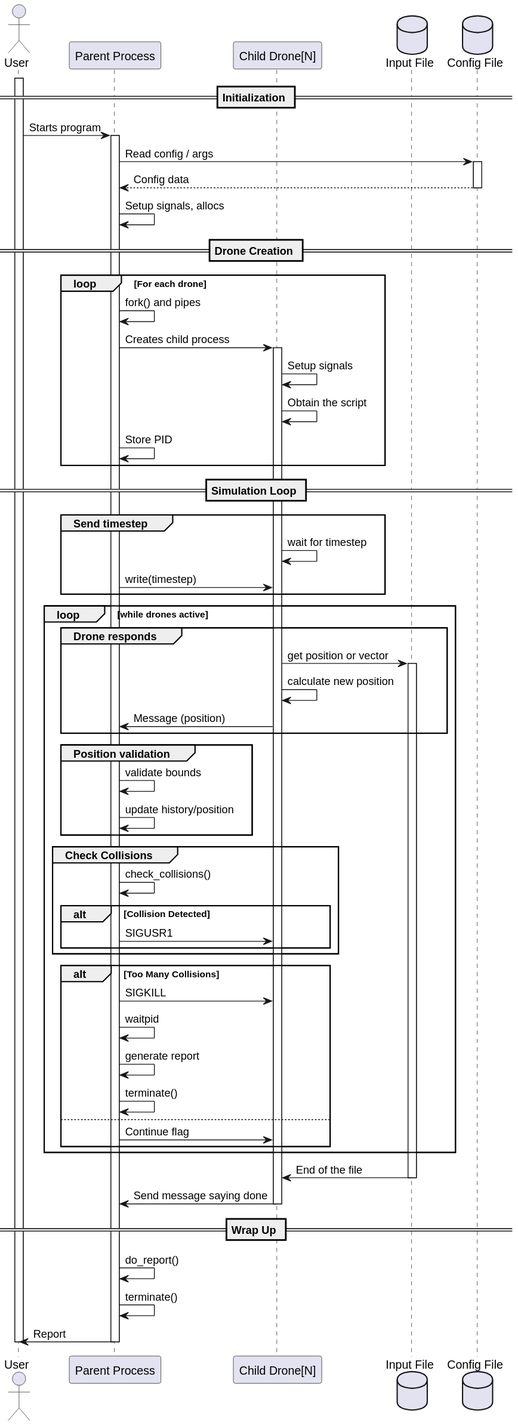
Earlier version of the PlantUML export SCOMP/images/Solution.svg (diogoveirospro/sem4pi-2024-2025-sem4pi_2024_2025_g44).
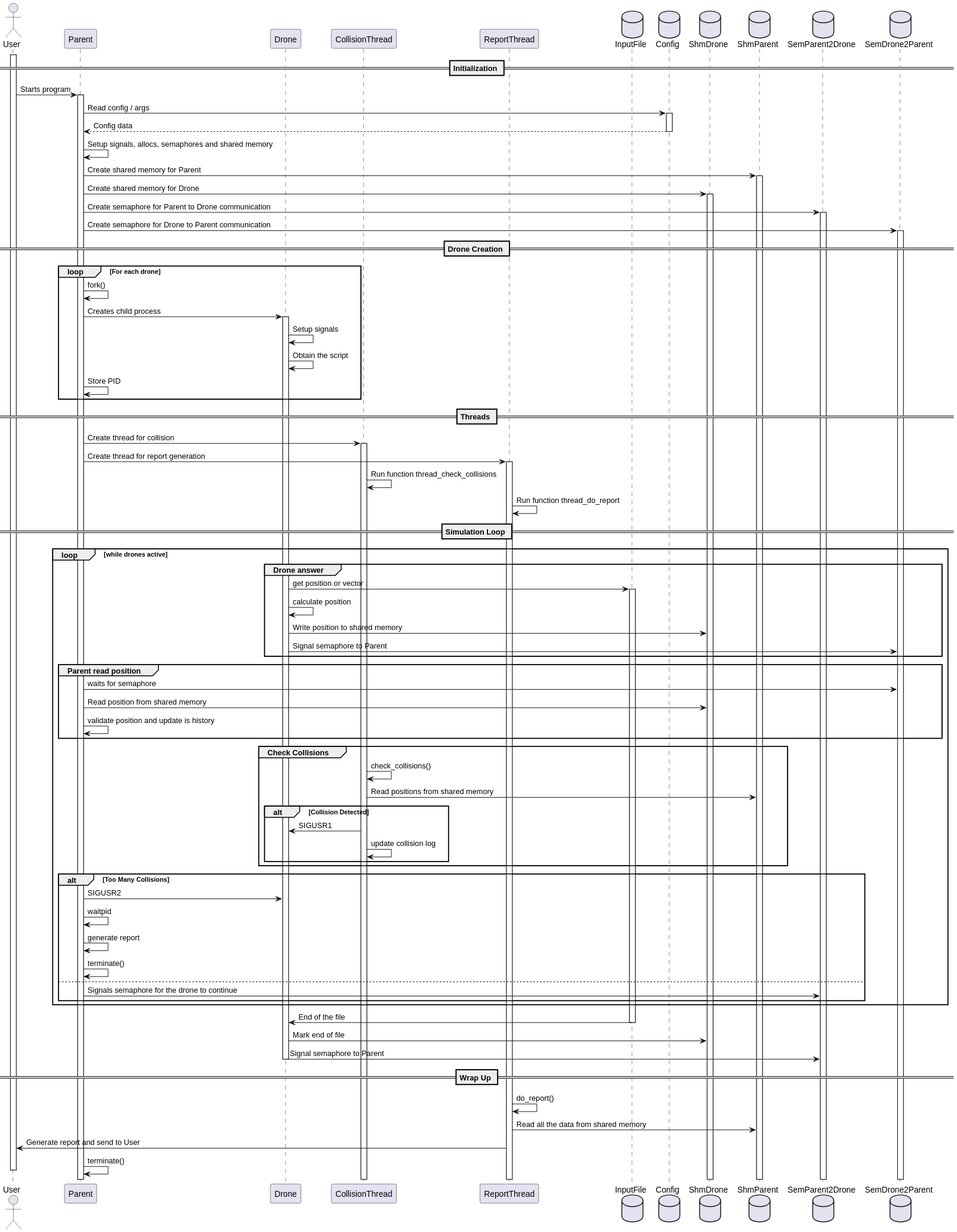
Above is the later version.

Diff of the diagram source:
```diff
@@ -1,9 +1,15 @@
 @startuml
 actor User
-participant "Parent Process" as Parent
-participant "Child Drone[N]" as Drone
-database "Input File" as InputFile
-database "Config File" as Config
+participant Parent
+participant Drone
+participant CollisionThread
+participant ReportThread
+database InputFile
+database Config
+database ShmDrone
+database ShmParent
+database SemParent2Drone
+database SemDrone2Parent
 
 activate User
 == Initialization ==
@@ -16,12 +22,26 @@
 
 Config --> Parent : Config data
 deactivate Config
-Parent -> Parent : Setup signals, allocs
+Parent -> Parent : Setup signals, allocs, semaphores and shared memory
+
+Parent -> ShmParent : Create shared memory for Parent
+activate ShmParent
+
+Parent -> ShmDrone : Create shared memory for Drone
+activate ShmDrone
+
+Parent -> SemParent2Drone : Create semaphore for Parent to Drone communication
+activate SemParent2Drone
+
+Parent -> SemDrone2Parent : Create semaphore for Drone to Parent communication
+activate SemDrone2Parent
+
+
 
 == Drone Creation ==
 
 loop For each drone
-    Parent -> Parent : fork() and pipes
+    Parent -> Parent : fork()
     Parent -> Drone : Creates child process
     activate Drone
 
@@ -31,54 +51,64 @@
 
 end
 
+== Threads ==
+
+Parent -> CollisionThread : Create thread for collision
+activate CollisionThread
+
+Parent -> ReportThread : Create thread for report generation
+activate ReportThread
+
+CollisionThread -> CollisionThread : Run function thread_check_collisions
+ReportThread -> ReportThread : Run function thread_do_report
+
 == Simulation Loop ==
-    group Send timestep
-        Drone -> Drone : wait for timestep
-        Parent -> Drone : write(timestep)
-    end
 loop while drones active
 
-    group Drone responds
+    group Drone answer
         Drone -> InputFile : get position or vector
         activate InputFile
-        Drone -> Drone : calculate new position
-        Drone -> Parent : Message (position)
+        Drone -> Drone : calculate position
+        Drone -> ShmDrone : Write position to shared memory
+        Drone -> SemDrone2Parent : Signal semaphore to Parent
     end
 
-    group Position validation
-        Parent -> Parent : validate bounds
-        Parent -> Parent : update history/position
+    group Parent read position
+        Parent -> SemDrone2Parent : waits for semaphore
+        Parent -> ShmDrone : Read position from shared memory
+        Parent -> Parent : validate position and update is history
     end
 
     group Check Collisions
-        Parent -> Parent : check_collisions()
+        CollisionThread -> CollisionThread : check_collisions()
+        CollisionThread -> ShmParent : Read positions from shared memory
         alt Collision Detected
-            Parent -> Drone : SIGUSR1
+            CollisionThread -> Drone : SIGUSR1
+            CollisionThread -> CollisionThread : update collision log
         end
     end
 
     alt Too Many Collisions
-        Parent -> Drone : SIGKILL
+        Parent -> Drone : SIGUSR2
         Parent -> Parent : waitpid
         Parent -> Parent : generate report
         Parent -> Parent : terminate()
     else
-        Parent -> Drone : Continue flag
+        Parent -> SemParent2Drone : Signals semaphore for the drone to continue
     end
 
 end
 InputFile -> Drone : End of the file
 deactivate InputFile
-Drone -> Parent : Send message saying done
+Drone -> ShmDrone : Mark end of file
+Drone -> SemParent2Drone :  Signal semaphore to Parent
 deactivate Drone
 
 == Wrap Up ==
 
-
-
-Parent -> Parent : do_report()
+ReportThread -> ReportThread : do_report()
+ReportThread -> ShmParent : Read all the data from shared memory
+ReportThread -> User : Generate report and send to User
 Parent -> Parent : terminate()
-Parent -> User : Report
-deactivate Parent
 deactivate User
 @enduml
```
